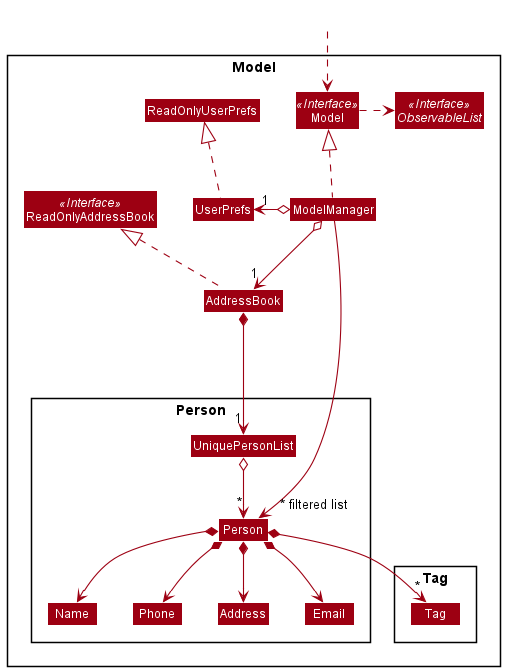
Above: docs/images/ModelClassDiagram.png in nus-cs2103-AY2021S2/tp (PlantUML), before the change.
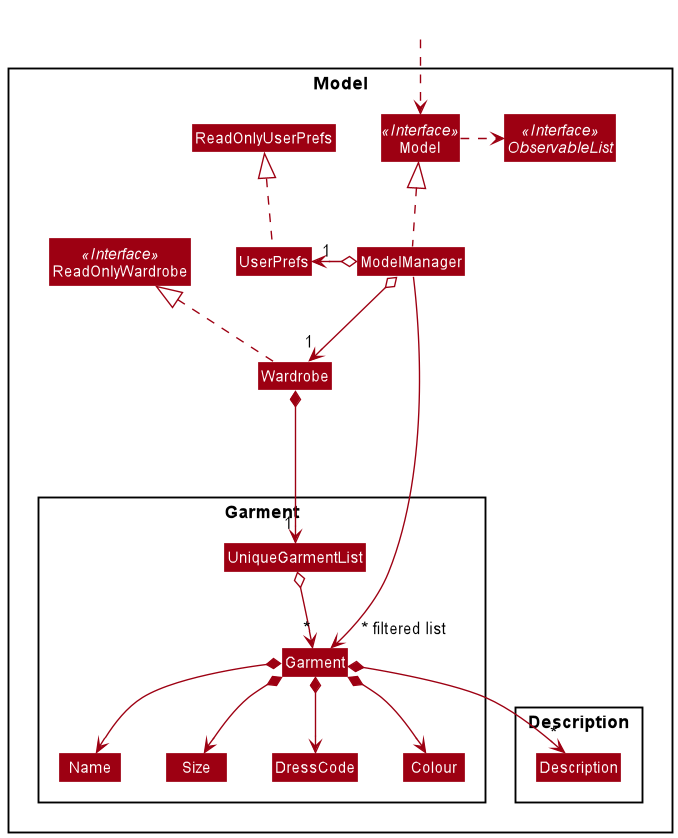
Later version of the same file.

Commit message:
update Logic, Model and Storage diagrams

Diff of the diagram source:
```diff
@@ -5,52 +5,52 @@
 skinparam classBackgroundColor MODEL_COLOR
 
 Package Model <<Rectangle>>{
-Interface ReadOnlyAddressBook <<Interface>>
+Interface ReadOnlyWardrobe <<Interface>>
 Interface Model <<Interface>>
 Interface ObservableList <<Interface>>
-Class AddressBook
-Class ReadOnlyAddressBook
+Class Wardrobe
+Class ReadOnlyWardrobe
 Class Model
 Class ModelManager
 Class UserPrefs
 Class ReadOnlyUserPrefs
 
-Package Person {
-Class Person
-Class Address
-Class Email
+Package Garment {
+Class Garment
+Class DressCode
+Class Colour
 Class Name
-Class Phone
-Class UniquePersonList
+Class Size
+Class UniqueGarmentList
 }
 
-Package Tag {
-Class Tag
+Package Description {
+Class Description
 }
 }
 
 Class HiddenOutside #FFFFFF
 HiddenOutside ..> Model
 
-AddressBook .up.|> ReadOnlyAddressBook
+Wardrobe .up.|> ReadOnlyWardrobe
 
 ModelManager .up.|> Model
 Model .right.> ObservableList
-ModelManager o--> "1" AddressBook
+ModelManager o--> "1" Wardrobe
 ModelManager o-left-> "1" UserPrefs
 UserPrefs .up.|> ReadOnlyUserPrefs
 
-AddressBook *--> "1" UniquePersonList
-UniquePersonList o--> "*" Person
-Person *--> Name
-Person *--> Phone
-Person *--> Email
-Person *--> Address
-Person *--> "*" Tag
+Wardrobe *--> "1" UniqueGarmentList
+UniqueGarmentList o--> "*" Garment
+Garment *--> Name
+Garment *--> Size
+Garment *--> Colour
+Garment *--> DressCode
+Garment *--> "*" Description
 
-Name -[hidden]right-> Phone
-Phone -[hidden]right-> Address
-Address -[hidden]right-> Email
+Name -[hidden]right-> Size
+Size -[hidden]right-> DressCode
+DressCode -[hidden]right-> Colour
 
-ModelManager ----->" ~* filtered list" Person
+ModelManager ----->" ~* filtered list" Garment
 @enduml
```
